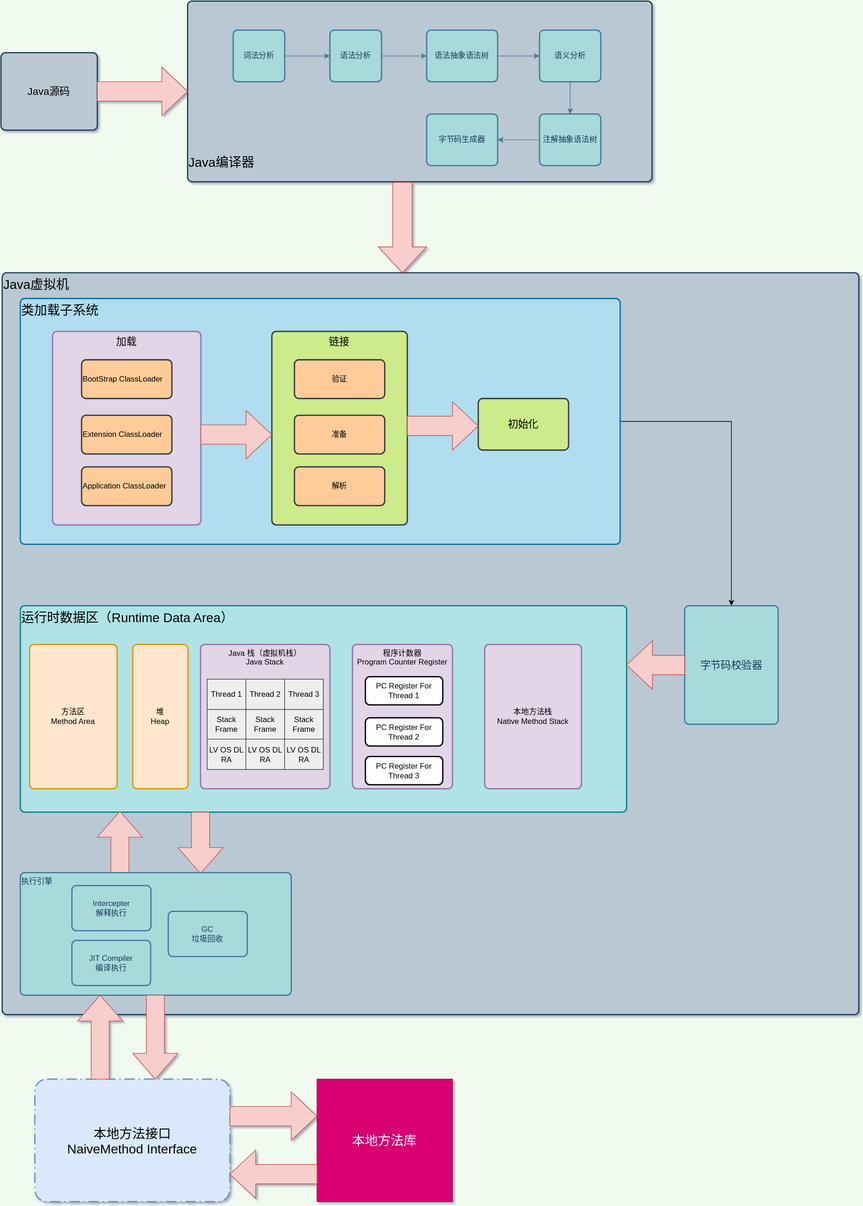
Jinhua-Lee/Learning keeps this draw.io diagram as src/main/resources/Java代码执行流程.svg. Above is the earlier version. Source tidied: cells renumbered, new cells last; positions are measured from the earlier drawing's top-left corner, leaving out a move shared by most shapes.
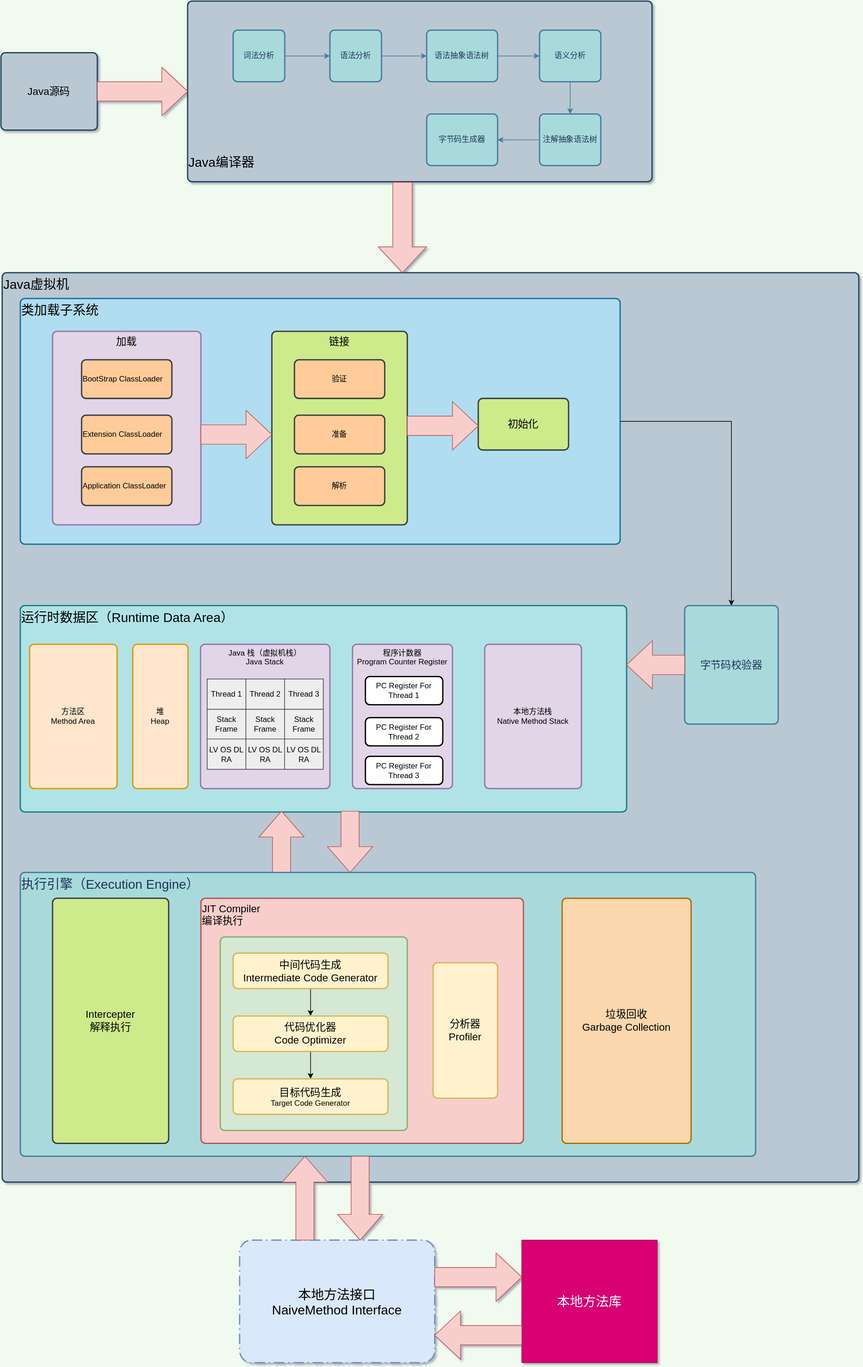
Later version of the same file.

Commit message:
完善执行引擎内部结构.

Change to the diagram source:
```diff
@@ -45,7 +45,7 @@
       <mxGeometry x="660" y="175" width="110" height="80" as="geometry" />
     </mxCell>
     <mxCell id="16" value="&lt;font style=&quot;font-size: 20px&quot;&gt;Java虚拟机&lt;/font&gt;" style="rounded=1;whiteSpace=wrap;html=1;absoluteArcSize=1;arcSize=14;strokeWidth=2;align=left;fillColor=#bac8d3;strokeColor=#23445d;verticalAlign=top;" parent="1" vertex="1">
-      <mxGeometry x="1.9" y="421" width="1328.1" height="1150" as="geometry" />
+      <mxGeometry x="1.9" y="421" width="1328.1" height="1410" as="geometry" />
     </mxCell>
     <mxCell id="17" style="edgeStyle=orthogonalEdgeStyle;rounded=0;jettySize=auto;html=1;" parent="1" edge="1" source="18" target="19">
       <mxGeometry relative="1" as="geometry" />
@@ -75,37 +75,37 @@
       <mxGeometry x="204.4" y="997.2" width="85.6" height="223.8" as="geometry" />
     </mxCell>
     <mxCell id="26" style="html=1;shadow=0;dashed=0;align=center;verticalAlign=middle;shape=mxgraph.arrows2.arrow;dy=0.6;dx=40;direction=north;notch=0;rounded=0;sketch=0;strokeColor=#b85450;fillColor=#f8cecc;" parent="1" vertex="1">
-      <mxGeometry x="149.4" y="1256" width="70" height="95" as="geometry" />
+      <mxGeometry x="400" y="1256" width="70" height="95" as="geometry" />
     </mxCell>
     <mxCell id="27" style="html=1;shadow=0;dashed=0;align=center;verticalAlign=middle;shape=mxgraph.arrows2.arrow;dy=0.6;dx=40;direction=south;notch=0;rounded=0;sketch=0;strokeColor=#b85450;fillColor=#f8cecc;" parent="1" vertex="1">
-      <mxGeometry x="274.4" y="1257.2" width="70" height="95" as="geometry" />
+      <mxGeometry x="506.2" y="1256" width="70" height="95" as="geometry" />
     </mxCell>
     <mxCell id="28" value="本地方法接口&#10;NaiveMethod Interface" style="rounded=1;arcSize=10;dashed=1;strokeColor=#6c8ebf;fillColor=#dae8fc;dashPattern=8 3 1 3;strokeWidth=2;sketch=0;fontSize=20;" parent="1" vertex="1">
-      <mxGeometry x="52.5" y="1671" width="302.5" height="190" as="geometry" />
+      <mxGeometry x="370" y="1921" width="302.5" height="190" as="geometry" />
     </mxCell>
     <mxCell id="29" style="html=1;shadow=0;dashed=0;align=center;verticalAlign=middle;shape=mxgraph.arrows2.arrow;dy=0.6;dx=40;notch=0;rounded=0;sketch=0;strokeColor=#b85450;fillColor=#f8cecc;fontSize=20;direction=north;" parent="1" vertex="1">
-      <mxGeometry x="118.8" y="1541" width="70" height="130" as="geometry" />
+      <mxGeometry x="436.2" y="1791" width="70" height="130" as="geometry" />
     </mxCell>
     <mxCell id="30" value="本地方法库" style="text;html=1;strokeColor=#A50040;fillColor=#d80073;align=center;verticalAlign=middle;whiteSpace=wrap;rounded=0;sketch=0;fontSize=20;fontColor=#ffffff;" parent="1" vertex="1">
-      <mxGeometry x="490" y="1671" width="210" height="190" as="geometry" />
+      <mxGeometry x="807.5" y="1921" width="210" height="190" as="geometry" />
     </mxCell>
     <mxCell id="31" style="html=1;shadow=0;dashed=0;align=center;verticalAlign=middle;shape=mxgraph.arrows2.arrow;dy=0.6;dx=40;direction=west;notch=0;rounded=0;sketch=0;strokeColor=#b85450;fillColor=#f8cecc;" parent="1" vertex="1">
-      <mxGeometry x="355" y="1781" width="135" height="75" as="geometry" />
+      <mxGeometry x="672.5" y="2031" width="135" height="75" as="geometry" />
     </mxCell>
     <mxCell id="32" style="html=1;shadow=0;dashed=0;align=center;verticalAlign=middle;shape=mxgraph.arrows2.arrow;dy=0.6;dx=40;direction=east;notch=0;rounded=0;sketch=0;strokeColor=#b85450;fillColor=#f8cecc;" parent="1" vertex="1">
-      <mxGeometry x="355" y="1691" width="135" height="75" as="geometry" />
+      <mxGeometry x="672.5" y="1941" width="135" height="75" as="geometry" />
     </mxCell>
-    <mxCell id="33" value="执行引擎" style="rounded=1;whiteSpace=wrap;html=1;absoluteArcSize=1;arcSize=14;strokeWidth=2;fillColor=#A8DADC;strokeColor=#457B9D;fontColor=#1D3557;align=left;verticalAlign=top;" parent="1" vertex="1">
-      <mxGeometry x="30" y="1351" width="420" height="190" as="geometry" />
+    <mxCell id="33" value="&lt;font style=&quot;font-size: 20px&quot;&gt;执行引擎（Execution Engine）&lt;/font&gt;" style="rounded=1;whiteSpace=wrap;html=1;absoluteArcSize=1;arcSize=14;strokeWidth=2;fillColor=#A8DADC;strokeColor=#457B9D;fontColor=#1D3557;align=left;verticalAlign=top;" parent="1" vertex="1">
+      <mxGeometry x="30" y="1351" width="1140" height="440" as="geometry" />
     </mxCell>
-    <mxCell id="34" value="Intercepter&lt;br&gt;解释执行" style="rounded=1;whiteSpace=wrap;html=1;absoluteArcSize=1;arcSize=14;strokeWidth=2;fillColor=#A8DADC;strokeColor=#457B9D;fontColor=#1D3557;" parent="1" vertex="1">
-      <mxGeometry x="110" y="1371" width="122.5" height="70" as="geometry" />
+    <mxCell id="34" value="&lt;font style=&quot;font-size: 16px&quot;&gt;Intercepter&lt;br&gt;解释执行&lt;/font&gt;" style="rounded=1;whiteSpace=wrap;html=1;absoluteArcSize=1;arcSize=14;strokeWidth=2;fillColor=#cdeb8b;strokeColor=#36393d;" parent="1" vertex="1">
+      <mxGeometry x="80" y="1391" width="180" height="380" as="geometry" />
     </mxCell>
-    <mxCell id="35" value="GC&lt;br&gt;垃圾回收" style="rounded=1;whiteSpace=wrap;html=1;absoluteArcSize=1;arcSize=14;strokeWidth=2;fillColor=#A8DADC;strokeColor=#457B9D;fontColor=#1D3557;" parent="1" vertex="1">
-      <mxGeometry x="259.4" y="1411" width="122.5" height="70" as="geometry" />
+    <mxCell id="35" value="&lt;font style=&quot;font-size: 16px&quot;&gt;垃圾回收&lt;br&gt;Garbage Collection&lt;/font&gt;" style="rounded=1;whiteSpace=wrap;html=1;absoluteArcSize=1;arcSize=14;strokeWidth=2;fillColor=#fad7ac;strokeColor=#b46504;" parent="1" vertex="1">
+      <mxGeometry x="870" y="1391" width="200" height="380" as="geometry" />
     </mxCell>
     <mxCell id="36" style="html=1;shadow=0;dashed=0;align=center;verticalAlign=middle;shape=mxgraph.arrows2.arrow;dy=0.6;dx=40;notch=0;rounded=0;sketch=0;strokeColor=#b85450;fillColor=#f8cecc;fontSize=20;direction=south;" parent="1" vertex="1">
-      <mxGeometry x="204.4" y="1541" width="70" height="130" as="geometry" />
+      <mxGeometry x="521.9" y="1791" width="70" height="130" as="geometry" />
     </mxCell>
     <mxCell id="37" style="html=1;shadow=0;dashed=0;align=center;verticalAlign=middle;shape=mxgraph.arrows2.arrow;dy=0.6;dx=40;direction=south;notch=0;rounded=0;sketch=0;strokeColor=#b85450;fillColor=#f8cecc;" parent="1" vertex="1">
       <mxGeometry x="585" y="281" width="75" height="140" as="geometry" />
@@ -146,8 +146,8 @@
     <mxCell id="49" style="html=1;shadow=0;dashed=0;align=center;verticalAlign=middle;shape=mxgraph.arrows2.arrow;dy=0.6;dx=40;direction=east;notch=0;rounded=0;sketch=0;strokeColor=#b85450;fillColor=#f8cecc;" parent="1" vertex="1">
       <mxGeometry x="630" y="621" width="110" height="75" as="geometry" />
     </mxCell>
-    <mxCell id="50" value="JIT Compiler&lt;br&gt;编译执行" style="rounded=1;whiteSpace=wrap;html=1;absoluteArcSize=1;arcSize=14;strokeWidth=2;fillColor=#A8DADC;strokeColor=#457B9D;fontColor=#1D3557;" parent="1" vertex="1">
-      <mxGeometry x="110" y="1456" width="122" height="70" as="geometry" />
+    <mxCell id="50" value="&lt;font style=&quot;font-size: 16px&quot;&gt;JIT Compiler&lt;br&gt;编译执行&lt;/font&gt;" style="rounded=1;whiteSpace=wrap;html=1;absoluteArcSize=1;arcSize=14;strokeWidth=2;fillColor=#f8cecc;strokeColor=#b85450;verticalAlign=top;align=left;" parent="1" vertex="1">
+      <mxGeometry x="310" y="1391" width="500" height="380" as="geometry" />
     </mxCell>
     <mxCell id="51" style="html=1;shadow=0;dashed=0;align=center;verticalAlign=middle;shape=mxgraph.arrows2.arrow;dy=0.6;dx=40;direction=west;notch=0;rounded=0;sketch=0;strokeColor=#b85450;fillColor=#f8cecc;" parent="1" vertex="1">
       <mxGeometry x="970" y="991.6" width="90" height="75" as="geometry" />
@@ -200,5 +200,26 @@
     <mxCell id="67" value="PC Register For Thread 3" style="rounded=1;whiteSpace=wrap;html=1;absoluteArcSize=1;arcSize=14;strokeWidth=2;align=center;" parent="1" vertex="1">
       <mxGeometry x="565" y="1171" width="120" height="43.8" as="geometry" />
     </mxCell>
+    <mxCell id="68" style="rounded=1;whiteSpace=wrap;html=1;absoluteArcSize=1;arcSize=14;strokeWidth=2;align=left;fillColor=#d5e8d4;strokeColor=#82b366;" parent="1" vertex="1">
+      <mxGeometry x="340" y="1451" width="290" height="300" as="geometry" />
+    </mxCell>
+    <mxCell id="69" style="edgeStyle=orthogonalEdgeStyle;rounded=0;jettySize=auto;html=1;entryX=0.5;entryY=0;entryDx=0;entryDy=0;" parent="1" edge="1" source="70" target="72">
+      <mxGeometry relative="1" as="geometry" />
+    </mxCell>
+    <mxCell id="70" value="&lt;font style=&quot;font-size: 16px&quot;&gt;中间代码生成&lt;br&gt;Intermediate Code Generator&lt;/font&gt;" style="rounded=1;whiteSpace=wrap;html=1;absoluteArcSize=1;arcSize=14;strokeWidth=2;align=center;fillColor=#fff2cc;strokeColor=#d6b656;" parent="1" vertex="1">
+      <mxGeometry x="360" y="1476" width="240" height="55" as="geometry" />
+    </mxCell>
+    <mxCell id="71" style="edgeStyle=orthogonalEdgeStyle;rounded=0;jettySize=auto;html=1;exitX=0.5;exitY=1;exitDx=0;exitDy=0;entryX=0.5;entryY=0;entryDx=0;entryDy=0;" parent="1" edge="1" source="72" target="73">
+      <mxGeometry relative="1" as="geometry" />
+    </mxCell>
+    <mxCell id="72" value="&lt;font style=&quot;font-size: 16px&quot;&gt;代码优化器&lt;br&gt;Code Optimizer&lt;/font&gt;" style="rounded=1;whiteSpace=wrap;html=1;absoluteArcSize=1;arcSize=14;strokeWidth=2;align=center;fillColor=#fff2cc;strokeColor=#d6b656;" parent="1" vertex="1">
+      <mxGeometry x="360" y="1573.5" width="240" height="55" as="geometry" />
+    </mxCell>
+    <mxCell id="73" value="&lt;span style=&quot;font-size: 16px&quot;&gt;目标代码生成&lt;br&gt;&lt;/span&gt;Target Code Generator" style="rounded=1;whiteSpace=wrap;html=1;absoluteArcSize=1;arcSize=14;strokeWidth=2;align=center;fillColor=#fff2cc;strokeColor=#d6b656;" parent="1" vertex="1">
+      <mxGeometry x="360" y="1671" width="240" height="55" as="geometry" />
+    </mxCell>
+    <mxCell id="74" value="&lt;font style=&quot;font-size: 16px&quot;&gt;分析器&lt;br&gt;Profiler&lt;/font&gt;" style="rounded=1;whiteSpace=wrap;html=1;absoluteArcSize=1;arcSize=14;strokeWidth=2;align=center;fillColor=#fff2cc;strokeColor=#d6b656;" parent="1" vertex="1">
+      <mxGeometry x="670" y="1491" width="100" height="210" as="geometry" />
+    </mxCell>
   </root>
 </mxGraphModel>
```
